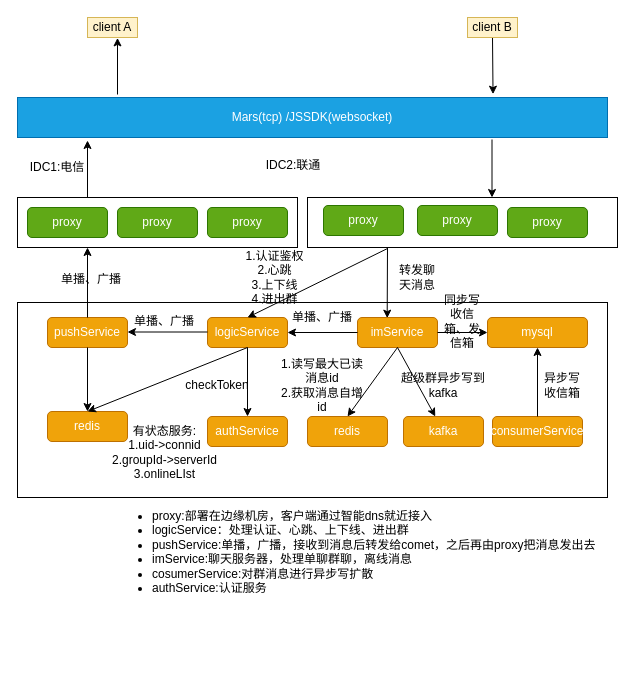
Before: arch/goim/goim.drawio in zhangchuhu/drawio, a draw.io diagram. Source tidied: cells renumbered, new cells numbered last; positions are measured from the earlier drawing's top-left corner, leaving out a move shared by most shapes. Both pictures are drawn from the tidied source at 100%, with x=0, y=0 at pixel (17, 17).
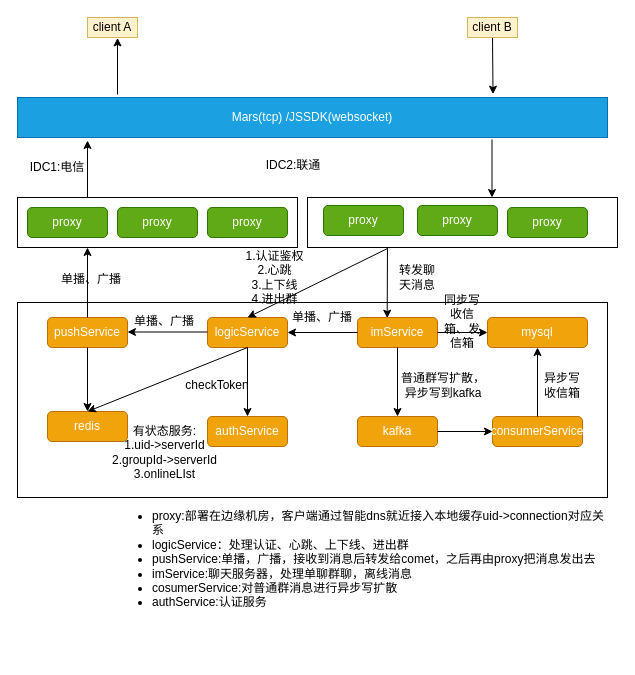
The same diagram, later.

The change refers to these unchanged cells:
```xml
<mxCell id="41" value="consumerService" style="rounded=1;whiteSpace=wrap;html=1;fillColor=#f0a30a;strokeColor=#BD7000;fontColor=#ffffff;" parent="1" vertex="1">
  <mxGeometry x="475" y="399" width="90" height="30" as="geometry" />
</mxCell>
```

What changed in the source:
```diff
@@
-    <mxCell id="30" value="有状态服务:&lt;br&gt;1.uid-&amp;gt;connid&lt;br&gt;2.groupId-&amp;gt;serverId&lt;br&gt;3.onlineLIst" style="text;html=1;strokeColor=none;fillColor=none;align=center;verticalAlign=middle;whiteSpace=wrap;rounded=0;" parent="1" vertex="1">
+    <mxCell id="30" value="有状态服务:&lt;br&gt;1.uid-&amp;gt;serverId&lt;br&gt;2.groupId-&amp;gt;serverId&lt;br&gt;3.onlineLIst" style="text;html=1;strokeColor=none;fillColor=none;align=center;verticalAlign=middle;whiteSpace=wrap;rounded=0;" parent="1" vertex="1">
       <mxGeometry x="85.5" y="410" width="123" height="50" as="geometry" />
     </mxCell>
@@
     <mxCell id="38" value="kafka" style="rounded=1;whiteSpace=wrap;html=1;fillColor=#f0a30a;strokeColor=#BD7000;fontColor=#ffffff;" parent="1" vertex="1">
-      <mxGeometry x="386" y="399" width="80" height="30" as="geometry" />
+      <mxGeometry x="340" y="399" width="80" height="30" as="geometry" />
     </mxCell>
@@
-    <mxCell id="40" value="redis" style="rounded=1;whiteSpace=wrap;html=1;fillColor=#f0a30a;strokeColor=#BD7000;fontColor=#ffffff;" parent="1" vertex="1">
-      <mxGeometry x="290" y="399" width="80" height="30" as="geometry" />
-    </mxCell>
@@
-    <mxCell id="47" style="endArrow=classic;html=1;entryX=0.5;entryY=0;entryDx=0;entryDy=0;" parent="1" edge="1" target="40">
-      <mxGeometry relative="1" as="geometry">
-        <mxPoint x="380" y="330" as="sourcePoint" />
-      </mxGeometry>
-    </mxCell>
-    <mxCell id="48" value="1.读写最大已读消息id&lt;br&gt;2.获取消息自增id" style="text;html=1;strokeColor=none;fillColor=none;align=center;verticalAlign=middle;whiteSpace=wrap;rounded=0;" parent="1" vertex="1">
-      <mxGeometry x="260" y="357.5" width="90" height="20" as="geometry" />
-    </mxCell>
-    <mxCell id="49" style="edgeStyle=orthogonalEdgeStyle;rounded=0;orthogonalLoop=1;jettySize=auto;html=1;exitX=0.5;exitY=1;exitDx=0;exitDy=0;" parent="1" edge="1" source="48" target="48">
-      <mxGeometry relative="1" as="geometry" />
+    <mxCell id="49" style="edgeStyle=orthogonalEdgeStyle;rounded=0;orthogonalLoop=1;jettySize=auto;html=1;exitX=0.5;exitY=1;exitDx=0;exitDy=0;" parent="1" edge="1">
+      <mxGeometry relative="1" as="geometry">
+        <mxPoint x="305" y="377.5" as="sourcePoint" />
+        <mxPoint x="305" y="377.5" as="targetPoint" />
+      </mxGeometry>
     </mxCell>
-    <mxCell id="50" value="超级群异步写到kafka" style="text;html=1;strokeColor=none;fillColor=none;align=center;verticalAlign=middle;whiteSpace=wrap;rounded=0;" parent="1" vertex="1">
+    <mxCell id="50" value="普通群写扩散，异步写到kafka" style="text;html=1;strokeColor=none;fillColor=none;align=center;verticalAlign=middle;whiteSpace=wrap;rounded=0;" parent="1" vertex="1">
       <mxGeometry x="381" y="357.5" width="90" height="20" as="geometry" />
     </mxCell>
@@
-    <mxCell id="53" value="&lt;div style=&quot;text-align: justify&quot;&gt;&lt;ul&gt;&lt;li&gt;&lt;span style=&quot;font-weight: normal&quot;&gt;&lt;font style=&quot;font-size: 12px&quot;&gt;proxy:部署在边缘机房，客户端通过智能dns就近接入&lt;/font&gt;&lt;/span&gt;&lt;/li&gt;&lt;li&gt;&lt;span&gt;logicService：处理认证、心跳、上下线、进出群&lt;/span&gt;&lt;/li&gt;&lt;li&gt;&lt;span&gt;pushService:单播，广播，接收到消息后转发给comet，之后再由proxy把消息发出去&lt;/span&gt;&lt;/li&gt;&lt;li&gt;imService:聊天服务器，处理单聊群聊，离线消息&lt;/li&gt;&lt;li&gt;cosumerService:对群消息进行异步写扩散&lt;/li&gt;&lt;li&gt;&lt;span&gt;authService:认证服务&lt;/span&gt;&lt;/li&gt;&lt;/ul&gt;&lt;/div&gt;&lt;div style=&quot;text-align: justify&quot;&gt;&lt;span style=&quot;font-weight: normal&quot;&gt;&lt;font style=&quot;font-size: 12px&quot;&gt;&lt;br&gt;&lt;/font&gt;&lt;/span&gt;&lt;/div&gt;" style="text;html=1;strokeColor=none;fillColor=none;spacing=5;spacingTop=-20;whiteSpace=wrap;overflow=hidden;rounded=0;" parent="1" vertex="1">
+    <mxCell id="53" value="&lt;div style=&quot;text-align: justify&quot;&gt;&lt;ul&gt;&lt;li&gt;&lt;span style=&quot;font-weight: normal&quot;&gt;&lt;font style=&quot;font-size: 12px&quot;&gt;proxy:部署在边缘机房，客户端通过智能dns就近接入本地缓存uid-&amp;gt;connection对应关系&lt;/font&gt;&lt;/span&gt;&lt;/li&gt;&lt;li&gt;&lt;span&gt;logicService：处理认证、心跳、上下线、进出群&lt;/span&gt;&lt;/li&gt;&lt;li&gt;&lt;span&gt;pushService:单播，广播，接收到消息后转发给comet，之后再由proxy把消息发出去&lt;/span&gt;&lt;/li&gt;&lt;li&gt;imService:聊天服务器，处理单聊群聊，离线消息&lt;/li&gt;&lt;li&gt;cosumerService:对普通群消息进行异步写扩散&lt;/li&gt;&lt;li&gt;&lt;span&gt;authService:认证服务&lt;/span&gt;&lt;/li&gt;&lt;/ul&gt;&lt;/div&gt;&lt;div style=&quot;text-align: justify&quot;&gt;&lt;span style=&quot;font-weight: normal&quot;&gt;&lt;font style=&quot;font-size: 12px&quot;&gt;&lt;br&gt;&lt;/font&gt;&lt;/span&gt;&lt;/div&gt;" style="text;html=1;strokeColor=none;fillColor=none;spacing=5;spacingTop=-20;whiteSpace=wrap;overflow=hidden;rounded=0;" parent="1" vertex="1">
       <mxGeometry x="90" y="490" width="500" height="150" as="geometry" />
     </mxCell>
@@
+    <mxCell id="55" style="endArrow=classic;html=1;entryX=0;entryY=0.5;entryDx=0;entryDy=0;" parent="1" edge="1" target="41">
+      <mxGeometry relative="1" as="geometry">
+        <mxPoint x="420" y="414" as="sourcePoint" />
+      </mxGeometry>
+    </mxCell>
```
